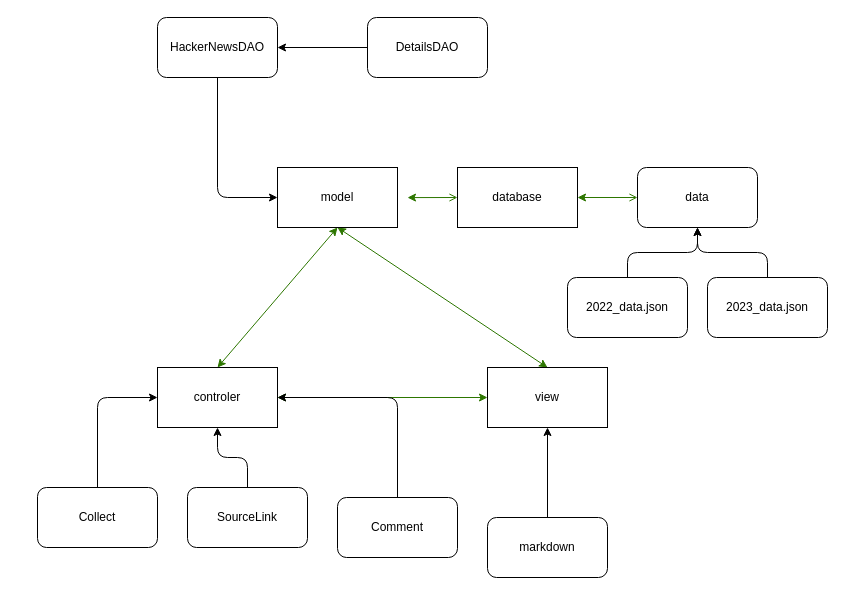
Earlier version of the draw.io diagram docs/overview.drawio (tower-town/Koala-Hacker-News). Source tidied: cells renumbered, new cells numbered last; positions are measured from the earlier drawing's top-left corner, leaving out a move shared by most shapes. Both pictures are drawn from the tidied source at 100%, with x=0, y=0 at pixel (37, 17).
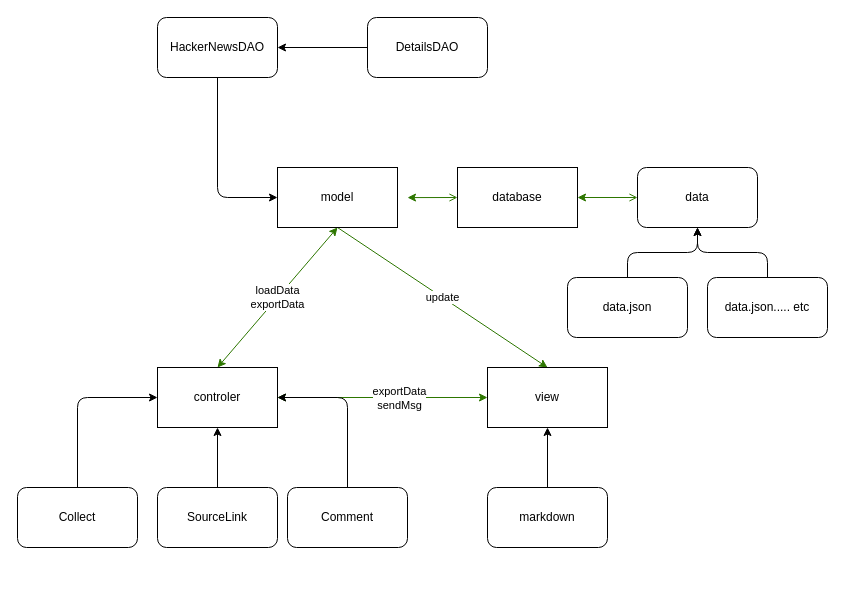
The same page after the edit.

The change refers to these unchanged cells:
```xml
<mxCell id="4" value="model" style="rounded=0;whiteSpace=wrap;html=1;" parent="1" vertex="1">
  <mxGeometry x="240" y="150" width="120" height="60" as="geometry" />
</mxCell>
<mxCell id="5" style="edgeStyle=none;html=1;exitX=1;exitY=0.5;exitDx=0;exitDy=0;entryX=0;entryY=0.5;entryDx=0;entryDy=0;startArrow=classic;startFill=1;fillColor=#60a917;strokeColor=#2D7600;" parent="1" edge="1" source="6" target="7">
  <mxGeometry relative="1" as="geometry" />
</mxCell>
<mxCell id="6" value="controler" style="rounded=0;whiteSpace=wrap;html=1;" parent="1" vertex="1">
  <mxGeometry x="120" y="350" width="120" height="60" as="geometry" />
</mxCell>
<mxCell id="7" value="view" style="rounded=0;whiteSpace=wrap;html=1;" parent="1" vertex="1">
  <mxGeometry x="450" y="350" width="120" height="60" as="geometry" />
</mxCell>
```

What changed in the source:
```diff
@@
-    <mxCell id="2" style="edgeStyle=none;html=1;exitX=0.5;exitY=1;exitDx=0;exitDy=0;entryX=0.5;entryY=0;entryDx=0;entryDy=0;startArrow=classic;startFill=1;fillColor=#60a917;strokeColor=#2D7600;" parent="1" edge="1" source="4" target="6">
+    <mxCell id="2" value="loadData&lt;br&gt;exportData" style="edgeStyle=none;html=1;exitX=0.5;exitY=1;exitDx=0;exitDy=0;entryX=0.5;entryY=0;entryDx=0;entryDy=0;startArrow=classic;startFill=1;fillColor=#60a917;strokeColor=#2D7600;" parent="1" edge="1" source="4" target="6">
       <mxGeometry relative="1" as="geometry" />
     </mxCell>
-    <mxCell id="3" style="edgeStyle=none;html=1;exitX=0.5;exitY=1;exitDx=0;exitDy=0;entryX=0.5;entryY=0;entryDx=0;entryDy=0;startArrow=classic;startFill=1;fillColor=#60a917;strokeColor=#2D7600;" parent="1" edge="1" source="4" target="7">
+    <mxCell id="3" value="update" style="edgeStyle=none;html=1;exitX=0.5;exitY=1;exitDx=0;exitDy=0;entryX=0.5;entryY=0;entryDx=0;entryDy=0;startArrow=none;startFill=0;fillColor=#60a917;strokeColor=#2D7600;" parent="1" edge="1" source="4" target="7">
       <mxGeometry relative="1" as="geometry" />
     </mxCell>
@@
+    <mxCell id="28" value="exportData&lt;br&gt;sendMsg" style="edgeLabel;html=1;align=center;verticalAlign=middle;" parent="5" vertex="1">
+      <mxGeometry x="0.33" relative="1" as="geometry">
+        <mxPoint x="-19" as="offset" />
+      </mxGeometry>
+    </mxCell>
@@
     <mxCell id="13" value="Collect" style="rounded=1;whiteSpace=wrap;html=1;" parent="1" vertex="1">
-      <mxGeometry y="470" width="120" height="60" as="geometry" />
+      <mxGeometry x="-20" y="470" width="120" height="60" as="geometry" />
     </mxCell>
     <mxCell id="14" style="edgeStyle=orthogonalEdgeStyle;html=1;exitX=0.5;exitY=0;exitDx=0;exitDy=0;entryX=1;entryY=0.5;entryDx=0;entryDy=0;" parent="1" edge="1" source="15" target="6">
-      <mxGeometry relative="1" as="geometry" />
+      <mxGeometry relative="1" as="geometry">
+        <Array as="points">
+          <mxPoint x="310" y="380" />
+        </Array>
+      </mxGeometry>
     </mxCell>
     <mxCell id="15" value="Comment" style="rounded=1;whiteSpace=wrap;html=1;" parent="1" vertex="1">
-      <mxGeometry x="300" y="480" width="120" height="60" as="geometry" />
+      <mxGeometry x="250" y="470" width="120" height="60" as="geometry" />
     </mxCell>
@@
     <mxCell id="17" value="markdown" style="rounded=1;whiteSpace=wrap;html=1;" parent="1" vertex="1">
-      <mxGeometry x="450" y="500" width="120" height="60" as="geometry" />
+      <mxGeometry x="450" y="470" width="120" height="60" as="geometry" />
     </mxCell>
@@
-    <mxCell id="23" value="2022_data.json" style="rounded=1;whiteSpace=wrap;html=1;" parent="1" vertex="1">
+    <mxCell id="23" value="data.json" style="rounded=1;whiteSpace=wrap;html=1;" parent="1" vertex="1">
       <mxGeometry x="530" y="260" width="120" height="60" as="geometry" />
     </mxCell>
@@
-    <mxCell id="25" value="2023_data.json" style="rounded=1;whiteSpace=wrap;html=1;" parent="1" vertex="1">
+    <mxCell id="25" value="data.json..... etc" style="rounded=1;whiteSpace=wrap;html=1;" parent="1" vertex="1">
       <mxGeometry x="670" y="260" width="120" height="60" as="geometry" />
     </mxCell>
@@
     <mxCell id="27" value="SourceLink" style="rounded=1;whiteSpace=wrap;html=1;" parent="1" vertex="1">
-      <mxGeometry x="150" y="470" width="120" height="60" as="geometry" />
+      <mxGeometry x="120" y="470" width="120" height="60" as="geometry" />
     </mxCell>
```
